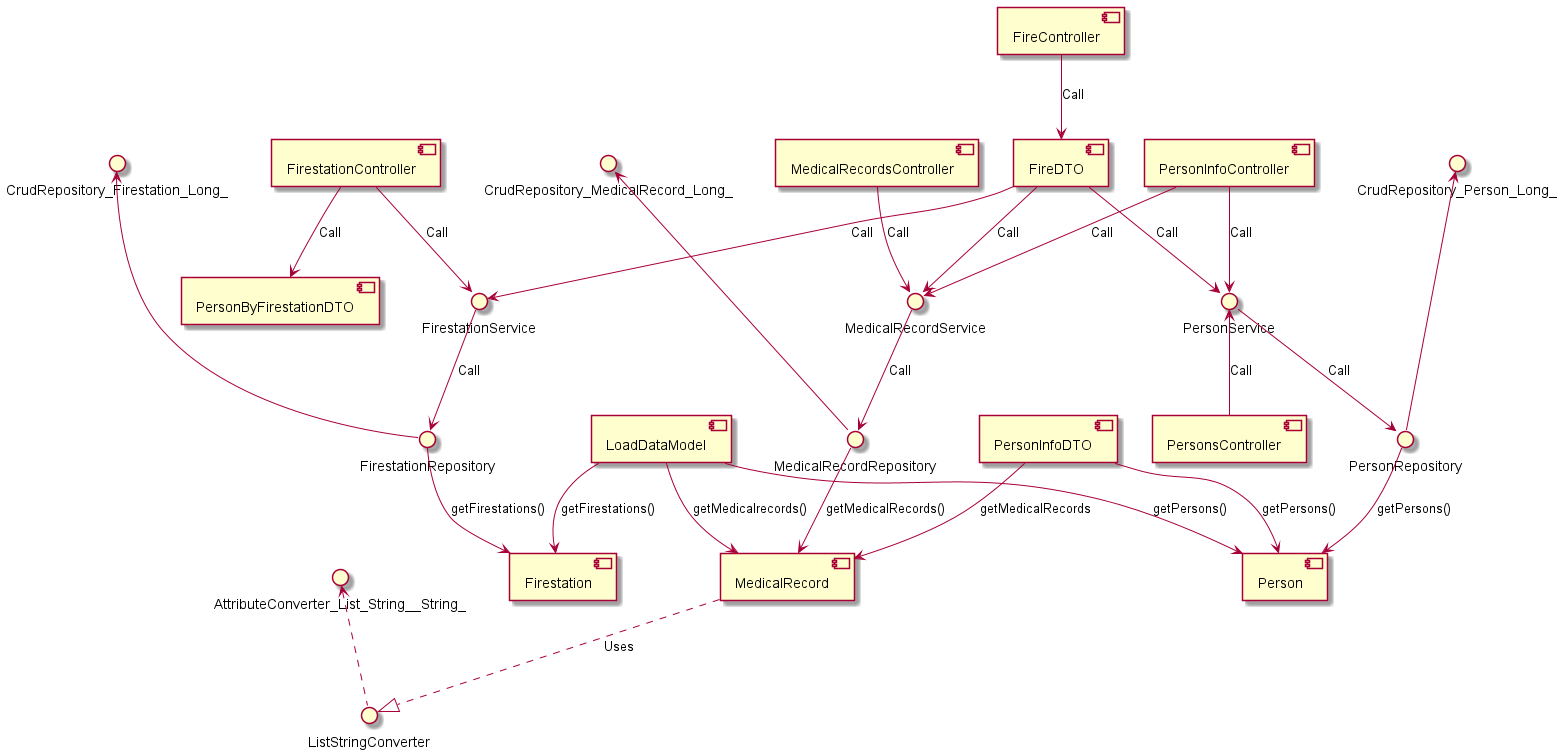
Before: PlantUMLComp.png, a diagram exported from PlantUML (Draflo/SafetyNet). Its diagram source:
```plantuml
@startuml
[MedicalRecord]

[Firestation]

[Person]

[LoadDataModel]

() "ListStringConverter"

() "AttributeConverter_List_String__String_"

AttributeConverter_List_String__String_ <.. ListStringConverter

[PersonsController]

[PersonInfoController]

[MedicalRecordsController]

[FireController]

[FirestationController]

[PersonInfoDTO]

[FireDTO]

[PersonByFirestationDTO]

() "FirestationRepository"

() "CrudRepository_Firestation_Long_"

CrudRepository_Firestation_Long_ <--- FirestationRepository

() "MedicalRecordRepository"

() "CrudRepository_MedicalRecord_Long_"

CrudRepository_MedicalRecord_Long_ <--- MedicalRecordRepository

() "PersonRepository"

() "CrudRepository_Person_Long_"

CrudRepository_Person_Long_ <--- PersonRepository

LoadDataModel --> Firestation : getFirestations()

LoadDataModel --> Person : getPersons()

LoadDataModel --> MedicalRecord : getMedicalrecords()

PersonService <--  PersonsController : Call
PersonService --> PersonRepository : Call
PersonRepository --> Person : getPersons()
MedicalRecord ..|> ListStringConverter : Uses
MedicalRecordsController --> MedicalRecordService : Call
MedicalRecordService --> MedicalRecordRepository : Call
MedicalRecordRepository --> MedicalRecord : getMedicalRecords()
FirestationController --> FirestationService : Call
FirestationController --> PersonByFirestationDTO : Call
FirestationService --> FirestationRepository : Call
FirestationRepository --> Firestation : getFirestations()
PersonInfoController --> PersonService : Call
PersonInfoController --> MedicalRecordService : Call
PersonInfoDTO --> Person : getPersons()
PersonInfoDTO --> MedicalRecord : getMedicalRecords
FireController --> FireDTO : Call
FireDTO --> FirestationService : Call
FireDTO --> MedicalRecordService : Call
FireDTO --> PersonService : Call

@enduml
```
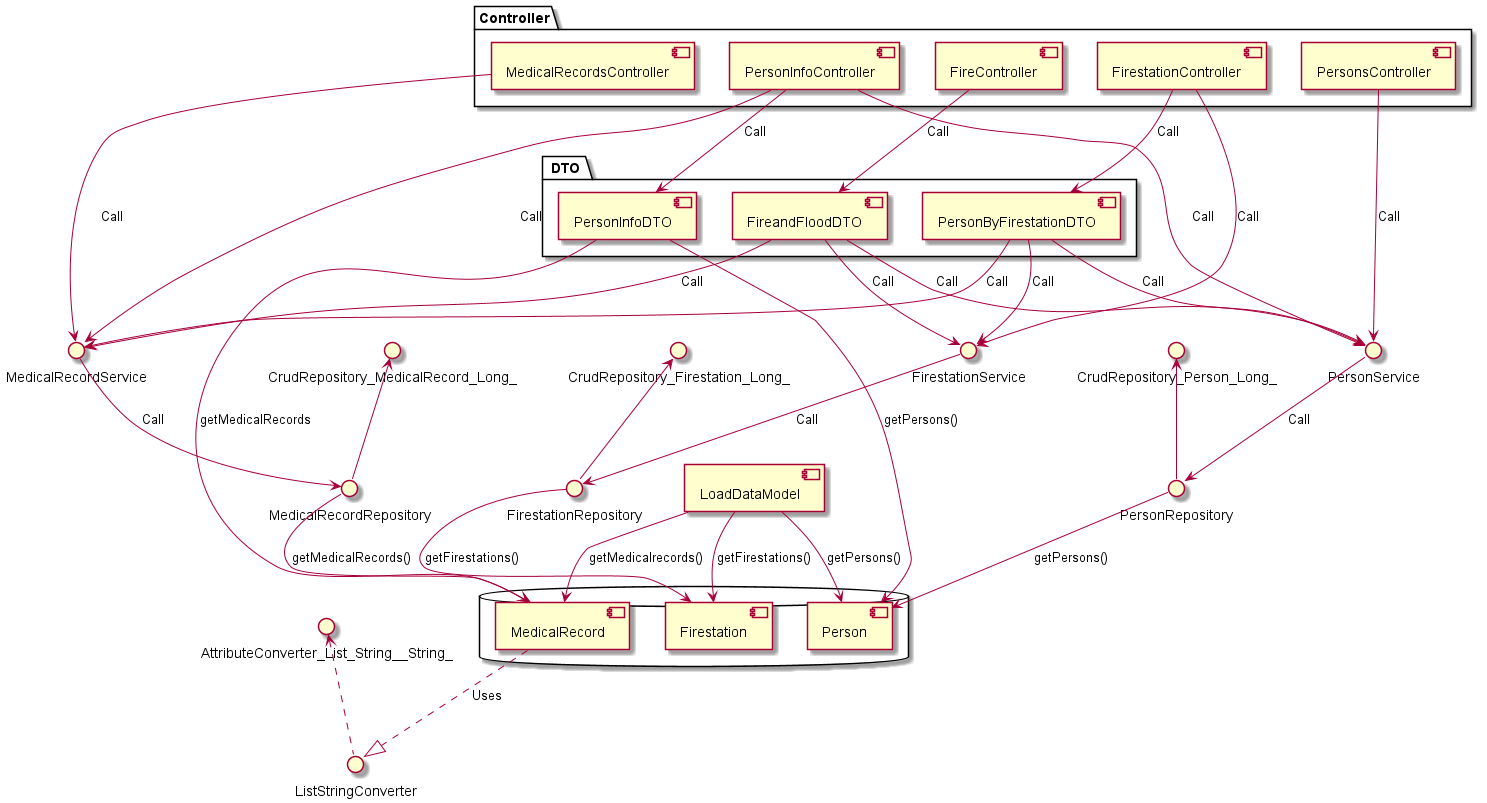
Above is the later version.

Diff of the diagram source:
```diff
@@ -1,9 +1,10 @@
 @startuml
+
+database {
 [MedicalRecord]
-
 [Firestation]
-
 [Person]
+}
 
 [LoadDataModel]
 
@@ -13,45 +14,44 @@
 
 AttributeConverter_List_String__String_ <.. ListStringConverter
 
-[PersonsController]
-
-[PersonInfoController]
-
-[MedicalRecordsController]
-
-[FireController]
-
-[FirestationController]
-
+package " DTO " {
 [PersonInfoDTO]
-
-[FireDTO]
-
+[FireandFloodDTO]
 [PersonByFirestationDTO]
+}
 
 () "FirestationRepository"
 
 () "CrudRepository_Firestation_Long_"
 
-CrudRepository_Firestation_Long_ <--- FirestationRepository
+CrudRepository_Firestation_Long_ <-- FirestationRepository
 
 () "MedicalRecordRepository"
 
 () "CrudRepository_MedicalRecord_Long_"
 
-CrudRepository_MedicalRecord_Long_ <--- MedicalRecordRepository
+CrudRepository_MedicalRecord_Long_ <-- MedicalRecordRepository
 
 () "PersonRepository"
 
 () "CrudRepository_Person_Long_"
 
-CrudRepository_Person_Long_ <--- PersonRepository
+CrudRepository_Person_Long_ <-- PersonRepository
 
 LoadDataModel --> Firestation : getFirestations()
 
 LoadDataModel --> Person : getPersons()
 
 LoadDataModel --> MedicalRecord : getMedicalrecords()
+
+package "Controller" {
+[PersonsController]
+[PersonInfoController]
+[MedicalRecordsController]
+[FireController]
+[FirestationController]
+}
+
 
 PersonService <--  PersonsController : Call
 PersonService --> PersonRepository : Call
@@ -66,11 +66,15 @@
 FirestationRepository --> Firestation : getFirestations()
 PersonInfoController --> PersonService : Call
 PersonInfoController --> MedicalRecordService : Call
+PersonInfoController -> PersonInfoDTO : Call
 PersonInfoDTO --> Person : getPersons()
 PersonInfoDTO --> MedicalRecord : getMedicalRecords
-FireController --> FireDTO : Call
-FireDTO --> FirestationService : Call
-FireDTO --> MedicalRecordService : Call
-FireDTO --> PersonService : Call
+FireController --> FireandFloodDTO : Call
+FireandFloodDTO --> FirestationService : Call
+FireandFloodDTO --> MedicalRecordService : Call
+FireandFloodDTO --> PersonService : Call
+PersonByFirestationDTO --> FirestationService : Call
+PersonByFirestationDTO --> PersonService : Call
+PersonByFirestationDTO --> MedicalRecordService : Call
 
 @enduml
```
